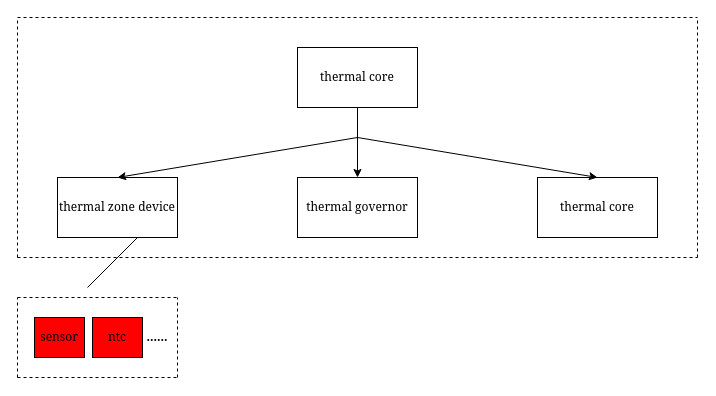
Earlier version of the draw.io diagram 未命名绘图.drawio (liukang95/lktest0001). Source tidied: cells renumbered, new cells numbered last; positions are measured from the earlier drawing's top-left corner, leaving out a move shared by most shapes. Both pictures are drawn from the tidied source at 100%, with x=0, y=0 at pixel (17, 17).
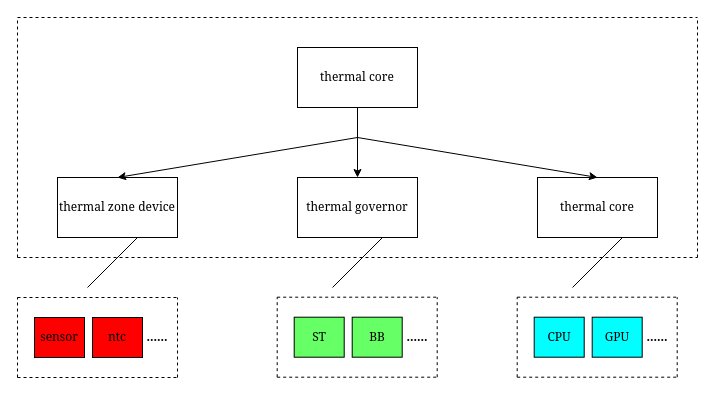
Above is the later version.

What changed in the source:
```diff
@@
+    <mxCell id="21" style="endArrow=none;html=1;rounded=0;" parent="1" edge="1">
+      <mxGeometry relative="1" as="geometry">
+        <mxPoint x="315" y="270" as="sourcePoint" />
+        <mxPoint x="365" y="220" as="targetPoint" />
+      </mxGeometry>
+    </mxCell>
+    <mxCell id="22" value="&lt;font face=&quot;Georgia&quot;&gt;ST&lt;/font&gt;" style="rounded=0;whiteSpace=wrap;html=1;fillColor=#66FF66;" parent="1" vertex="1">
+      <mxGeometry x="276.7" y="299.7" width="50" height="40" as="geometry" />
+    </mxCell>
+    <mxCell id="23" value="&lt;font face=&quot;Georgia&quot;&gt;BB&lt;/font&gt;" style="rounded=0;whiteSpace=wrap;html=1;fillColor=#66FF66;" parent="1" vertex="1">
+      <mxGeometry x="334.7" y="299.7" width="50" height="40" as="geometry" />
+    </mxCell>
+    <mxCell id="24" style="endArrow=none;dashed=1;html=1;rounded=0;" parent="1" edge="1">
+      <mxGeometry relative="1" as="geometry">
+        <mxPoint x="259.7" y="279.7" as="sourcePoint" />
+        <mxPoint x="419.7" y="279.7" as="targetPoint" />
+      </mxGeometry>
+    </mxCell>
+    <mxCell id="25" style="endArrow=none;dashed=1;html=1;rounded=0;" parent="1" edge="1">
+      <mxGeometry relative="1" as="geometry">
+        <mxPoint x="259.7" y="359.7" as="sourcePoint" />
+        <mxPoint x="419.7" y="359.7" as="targetPoint" />
+      </mxGeometry>
+    </mxCell>
+    <mxCell id="26" style="endArrow=none;dashed=1;html=1;rounded=0;" parent="1" edge="1">
+      <mxGeometry relative="1" as="geometry">
+        <mxPoint x="259.7" y="359.7" as="sourcePoint" />
+        <mxPoint x="259.7" y="279.7" as="targetPoint" />
+      </mxGeometry>
+    </mxCell>
+    <mxCell id="27" style="endArrow=none;dashed=1;html=1;rounded=0;" parent="1" edge="1">
+      <mxGeometry relative="1" as="geometry">
+        <mxPoint x="419.7" y="359.7" as="sourcePoint" />
+        <mxPoint x="419.7" y="279.7" as="targetPoint" />
+      </mxGeometry>
+    </mxCell>
+    <mxCell id="28" value="&lt;font face=&quot;Georgia&quot;&gt;&lt;b&gt;......&lt;/b&gt;&lt;/font&gt;" style="text;strokeColor=none;align=center;fillColor=none;html=1;verticalAlign=middle;whiteSpace=wrap;rounded=0;" parent="1" vertex="1">
+      <mxGeometry x="379.7" y="284.7" width="40" height="70" as="geometry" />
+    </mxCell>
+    <mxCell id="29" value="&lt;font face=&quot;Georgia&quot;&gt;CPU&lt;/font&gt;" style="rounded=0;whiteSpace=wrap;html=1;fillColor=#00FFFF;" parent="1" vertex="1">
+      <mxGeometry x="516.7" y="299.7" width="50" height="40" as="geometry" />
+    </mxCell>
+    <mxCell id="30" value="&lt;font face=&quot;Georgia&quot;&gt;GPU&lt;/font&gt;" style="rounded=0;whiteSpace=wrap;html=1;fillColor=#00FFFF;" parent="1" vertex="1">
+      <mxGeometry x="574.7" y="299.7" width="50" height="40" as="geometry" />
+    </mxCell>
+    <mxCell id="31" style="endArrow=none;dashed=1;html=1;rounded=0;" parent="1" edge="1">
+      <mxGeometry relative="1" as="geometry">
+        <mxPoint x="499.7" y="279.7" as="sourcePoint" />
+        <mxPoint x="659.7" y="279.7" as="targetPoint" />
+      </mxGeometry>
+    </mxCell>
+    <mxCell id="32" style="endArrow=none;dashed=1;html=1;rounded=0;" parent="1" edge="1">
+      <mxGeometry relative="1" as="geometry">
+        <mxPoint x="499.7" y="359.7" as="sourcePoint" />
+        <mxPoint x="659.7" y="359.7" as="targetPoint" />
+      </mxGeometry>
+    </mxCell>
+    <mxCell id="33" style="endArrow=none;dashed=1;html=1;rounded=0;" parent="1" edge="1">
+      <mxGeometry relative="1" as="geometry">
+        <mxPoint x="499.7" y="359.7" as="sourcePoint" />
+        <mxPoint x="499.7" y="279.7" as="targetPoint" />
+      </mxGeometry>
+    </mxCell>
+    <mxCell id="34" style="endArrow=none;dashed=1;html=1;rounded=0;" parent="1" edge="1">
+      <mxGeometry relative="1" as="geometry">
+        <mxPoint x="659.7" y="359.7" as="sourcePoint" />
+        <mxPoint x="659.7" y="279.7" as="targetPoint" />
+      </mxGeometry>
+    </mxCell>
+    <mxCell id="35" value="&lt;font face=&quot;Georgia&quot;&gt;&lt;b&gt;......&lt;/b&gt;&lt;/font&gt;" style="text;strokeColor=none;align=center;fillColor=none;html=1;verticalAlign=middle;whiteSpace=wrap;rounded=0;" parent="1" vertex="1">
+      <mxGeometry x="619.7" y="284.7" width="40" height="70" as="geometry" />
+    </mxCell>
+    <mxCell id="36" style="endArrow=none;html=1;rounded=0;" parent="1" edge="1">
+      <mxGeometry relative="1" as="geometry">
+        <mxPoint x="555" y="270" as="sourcePoint" />
+        <mxPoint x="605" y="220" as="targetPoint" />
+      </mxGeometry>
+    </mxCell>
```
